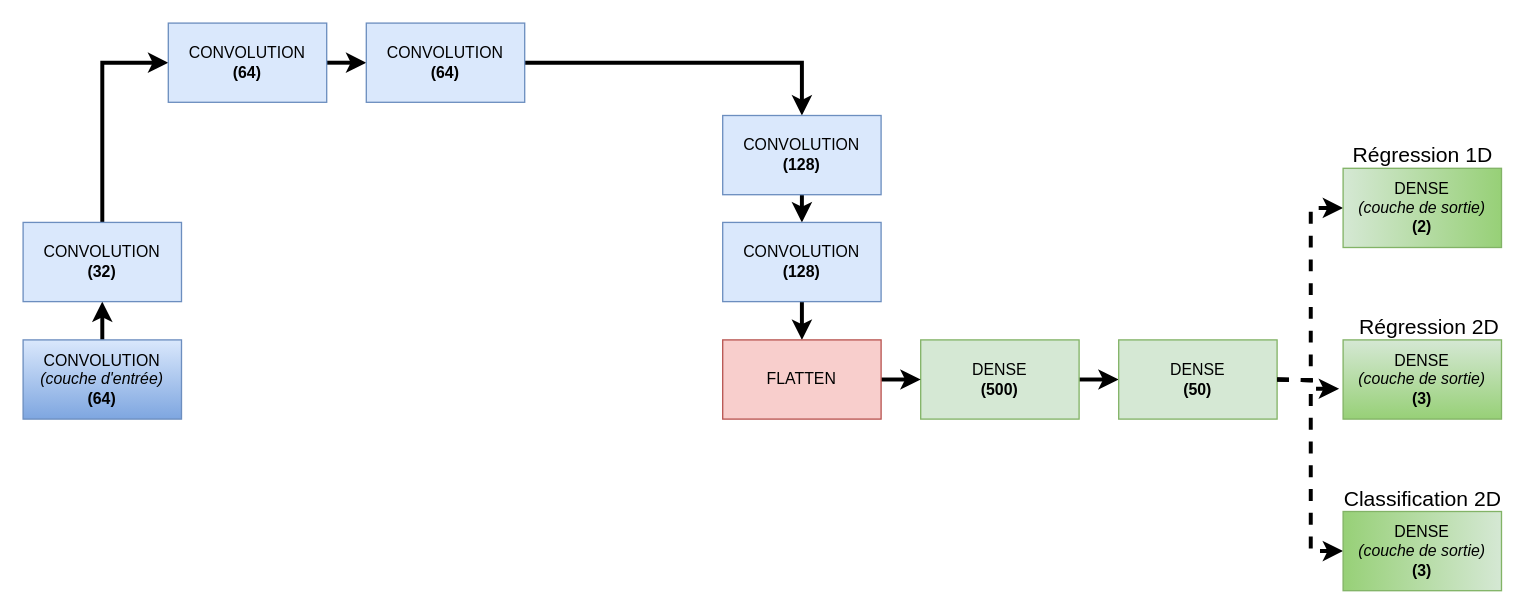
The draw.io diagram page "Page-2" (2 of 2) of doc/presentation/Figures/DRNNVert2.drawio in ddrous/projet-inverse-2d, before the edit. Source tidied: cells renumbered, new cells numbered last; positions are measured from the earlier drawing's top-left corner, leaving out a move shared by most shapes. Both pictures are drawn from the tidied source at 132%, with x=0, y=0 at pixel (22, 22).
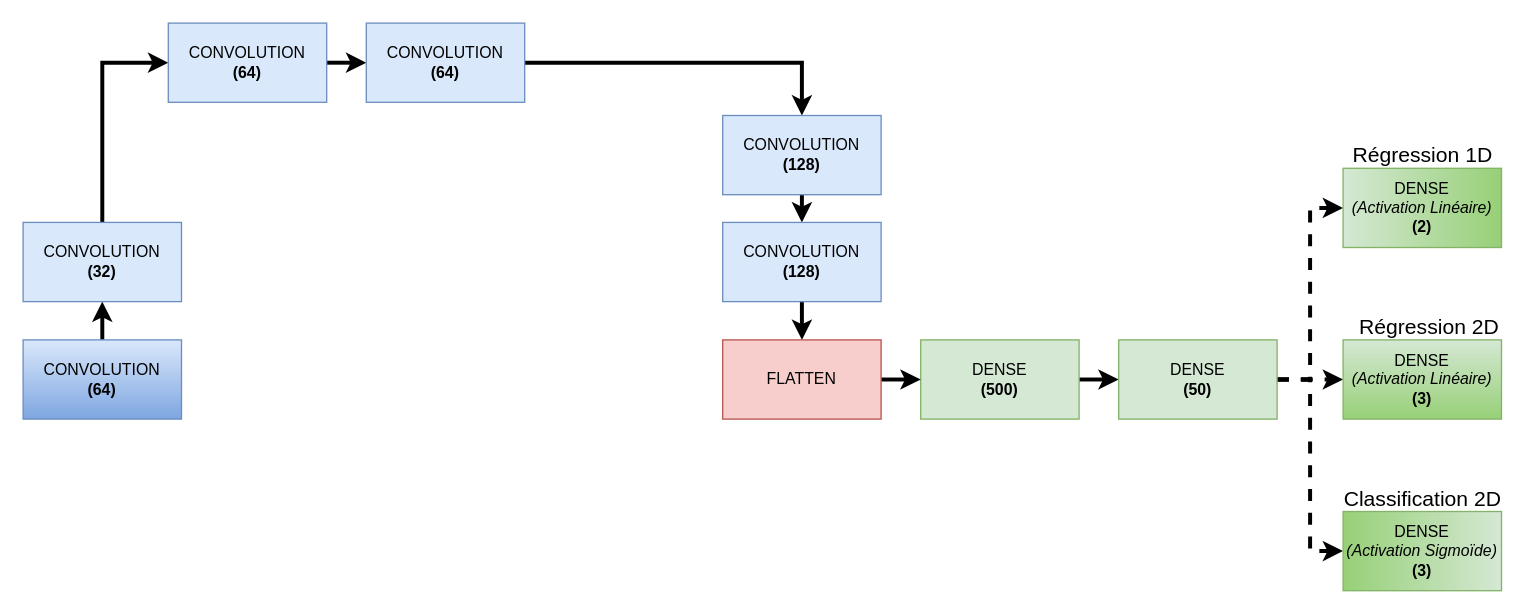
The same diagram, later.

The change refers to these unchanged cells:
```xml
<mxCell id="5" value="&lt;span style=&quot;font-family: &amp;#34;iwona&amp;#34;&quot;&gt;CONVOLUTION&lt;/span&gt;&lt;font face=&quot;Iwona&quot;&gt;&lt;br&gt;&lt;b&gt;(32)&lt;/b&gt;&lt;br&gt;&lt;/font&gt;" style="rounded=0;whiteSpace=wrap;html=1;rotation=0;fillColor=#dae8fc;strokeColor=#6c8ebf;" parent="1" vertex="1">
  <mxGeometry y="151" width="120" height="60" as="geometry" />
</mxCell>
<mxCell id="7" value="&lt;span style=&quot;font-family: &amp;#34;iwona&amp;#34;&quot;&gt;CONVOLUTION&lt;/span&gt;&lt;font face=&quot;Iwona&quot;&gt;&lt;br&gt;&lt;/font&gt;&lt;b style=&quot;font-family: &amp;#34;iwona&amp;#34;&quot;&gt;(64)&lt;/b&gt;&lt;font face=&quot;Iwona&quot;&gt;&lt;br&gt;&lt;/font&gt;" style="rounded=0;whiteSpace=wrap;html=1;rotation=0;fillColor=#dae8fc;strokeColor=#6c8ebf;" parent="1" vertex="1">
  <mxGeometry x="110" width="120" height="60" as="geometry" />
</mxCell>
<mxCell id="9" value="&lt;span style=&quot;font-family: &amp;#34;iwona&amp;#34;&quot;&gt;CONVOLUTION&lt;/span&gt;&lt;font face=&quot;Iwona&quot;&gt;&lt;br&gt;&lt;/font&gt;&lt;b style=&quot;font-family: &amp;#34;iwona&amp;#34;&quot;&gt;(64)&lt;/b&gt;&lt;font face=&quot;Iwona&quot;&gt;&lt;br&gt;&lt;/font&gt;" style="rounded=0;whiteSpace=wrap;html=1;rotation=0;fillColor=#dae8fc;strokeColor=#6c8ebf;" parent="1" vertex="1">
  <mxGeometry x="260" width="120" height="60" as="geometry" />
</mxCell>
<mxCell id="11" value="&lt;span style=&quot;font-family: &amp;#34;iwona&amp;#34;&quot;&gt;CONVOLUTION&lt;/span&gt;&lt;font face=&quot;Iwona&quot;&gt;&lt;br&gt;&lt;/font&gt;&lt;b style=&quot;font-family: &amp;#34;iwona&amp;#34;&quot;&gt;(128)&lt;/b&gt;&lt;font face=&quot;Iwona&quot;&gt;&lt;br&gt;&lt;/font&gt;" style="rounded=0;whiteSpace=wrap;html=1;rotation=0;fillColor=#dae8fc;strokeColor=#6c8ebf;" parent="1" vertex="1">
  <mxGeometry x="530" y="70" width="120" height="60" as="geometry" />
</mxCell>
<mxCell id="16" value="&lt;font face=&quot;Iwona&quot;&gt;DENSE&lt;br&gt;&lt;/font&gt;&lt;b style=&quot;font-family: &amp;#34;iwona&amp;#34;&quot;&gt;(50)&lt;/b&gt;&lt;font face=&quot;Iwona&quot;&gt;&lt;br&gt;&lt;/font&gt;" style="rounded=0;whiteSpace=wrap;html=1;rotation=0;fillColor=#d5e8d4;strokeColor=#82b366;" parent="1" vertex="1">
  <mxGeometry x="830" y="240" width="120" height="60" as="geometry" />
</mxCell>
```

What changed in the source:
```diff
@@
-    <mxCell id="2" style="edgeStyle=orthogonalEdgeStyle;rounded=0;jettySize=auto;html=1;exitX=0.5;exitY=0;exitDx=0;exitDy=0;entryX=0.5;entryY=1;entryDx=0;entryDy=0;strokeWidth=3;" parent="1" edge="1" source="3" target="5">
-      <mxGeometry relative="1" as="geometry" />
-    </mxCell>
-    <mxCell id="3" value="&lt;font face=&quot;Iwona&quot;&gt;CONVOLUTION&lt;br&gt;&lt;i&gt;(couche d'entrée)&lt;/i&gt;&lt;br&gt;&lt;b&gt;(64)&lt;/b&gt;&lt;br&gt;&lt;/font&gt;" style="rounded=0;whiteSpace=wrap;html=1;rotation=0;fillColor=#dae8fc;strokeColor=#6c8ebf;gradientColor=#7ea6e0;" parent="1" vertex="1">
-      <mxGeometry y="240" width="120" height="60" as="geometry" />
-    </mxCell>
+    <mxCell id="28" style="edgeStyle=orthogonalEdgeStyle;rounded=0;jettySize=auto;html=1;exitX=0.5;exitY=0;exitDx=0;exitDy=0;entryX=0.5;entryY=1;entryDx=0;entryDy=0;strokeWidth=3;" parent="1" edge="1" source="29" target="5">
+      <mxGeometry relative="1" as="geometry" />
+    </mxCell>
+    <mxCell id="29" value="&lt;font face=&quot;Iwona&quot;&gt;CONVOLUTION&lt;br&gt;&lt;b&gt;(64)&lt;/b&gt;&lt;br&gt;&lt;/font&gt;" style="rounded=0;whiteSpace=wrap;html=1;rotation=0;fillColor=#dae8fc;strokeColor=#6c8ebf;gradientColor=#7ea6e0;" parent="1" vertex="1">
+      <mxGeometry y="240" width="120" height="60" as="geometry" />
+    </mxCell>
-    <mxCell id="4" style="edgeStyle=orthogonalEdgeStyle;rounded=0;jettySize=auto;html=1;exitX=0.5;exitY=0;exitDx=0;exitDy=0;entryX=0;entryY=0.5;entryDx=0;entryDy=0;strokeWidth=3;" parent="1" edge="1" source="5" target="7">
+    <mxCell id="4" style="edgeStyle=orthogonalEdgeStyle;rounded=0;jettySize=auto;html=1;exitX=0.5;exitY=0;exitDx=0;exitDy=0;strokeWidth=3;entryX=0;entryY=0.5;entryDx=0;entryDy=0;" parent="1" edge="1" source="5" target="7">
       <mxGeometry relative="1" as="geometry" />
     </mxCell>
@@
-    <mxCell id="8" style="edgeStyle=orthogonalEdgeStyle;rounded=0;jettySize=auto;html=1;exitX=1;exitY=0.5;exitDx=0;exitDy=0;entryX=0.5;entryY=0;entryDx=0;entryDy=0;strokeWidth=3;" parent="1" edge="1" source="9" target="11">
+    <mxCell id="8" style="edgeStyle=orthogonalEdgeStyle;rounded=0;jettySize=auto;html=1;exitX=1;exitY=0.5;exitDx=0;exitDy=0;strokeWidth=3;entryX=0.5;entryY=0;entryDx=0;entryDy=0;" parent="1" edge="1" source="9" target="11">
       <mxGeometry relative="1" as="geometry" />
     </mxCell>
@@
+    <mxCell id="30" style="edgeStyle=orthogonalEdgeStyle;rounded=0;jettySize=auto;html=1;exitX=1;exitY=0.5;exitDx=0;exitDy=0;entryX=0;entryY=0.5;entryDx=0;entryDy=0;strokeWidth=3;dashed=1;" parent="1" edge="1" source="16" target="33">
+      <mxGeometry relative="1" as="geometry" />
+    </mxCell>
+    <mxCell id="31" style="edgeStyle=orthogonalEdgeStyle;rounded=0;jettySize=auto;html=1;exitX=1;exitY=0.5;exitDx=0;exitDy=0;entryX=0;entryY=0.5;entryDx=0;entryDy=0;dashed=1;strokeWidth=3;" parent="1" edge="1" source="16" target="34">
+      <mxGeometry relative="1" as="geometry" />
+    </mxCell>
+    <mxCell id="32" style="edgeStyle=orthogonalEdgeStyle;rounded=0;jettySize=auto;html=1;exitX=1;exitY=0.5;exitDx=0;exitDy=0;entryX=0;entryY=0.5;entryDx=0;entryDy=0;dashed=1;strokeWidth=3;" parent="1" edge="1" source="16" target="35">
+      <mxGeometry relative="1" as="geometry" />
+    </mxCell>
@@
-    <mxCell id="19" style="edgeStyle=orthogonalEdgeStyle;rounded=0;jettySize=auto;html=1;exitX=1;exitY=0.5;exitDx=0;exitDy=0;entryX=0;entryY=0.5;entryDx=0;entryDy=0;strokeWidth=3;dashed=1;" parent="1" edge="1" target="22">
-      <mxGeometry relative="1" as="geometry">
-        <mxPoint x="950" y="270" as="sourcePoint" />
-      </mxGeometry>
-    </mxCell>
-    <mxCell id="20" style="edgeStyle=orthogonalEdgeStyle;rounded=0;jettySize=auto;html=1;exitX=1;exitY=0.5;exitDx=0;exitDy=0;entryX=-0.025;entryY=0.617;entryDx=0;entryDy=0;entryPerimeter=0;dashed=1;strokeWidth=3;" parent="1" edge="1" target="23">
-      <mxGeometry relative="1" as="geometry">
-        <mxPoint x="950" y="270" as="sourcePoint" />
-      </mxGeometry>
-    </mxCell>
-    <mxCell id="21" style="edgeStyle=orthogonalEdgeStyle;rounded=0;jettySize=auto;html=1;exitX=1;exitY=0.5;exitDx=0;exitDy=0;entryX=0;entryY=0.5;entryDx=0;entryDy=0;dashed=1;strokeWidth=3;" parent="1" edge="1" target="24">
-      <mxGeometry relative="1" as="geometry">
-        <mxPoint x="950" y="270" as="sourcePoint" />
-      </mxGeometry>
-    </mxCell>
-    <mxCell id="22" value="&lt;font face=&quot;Iwona&quot;&gt;DENSE&lt;br&gt;&lt;i&gt;(couche de sortie)&lt;br&gt;&lt;/i&gt;&lt;/font&gt;&lt;b style=&quot;font-family: &amp;#34;iwona&amp;#34;&quot;&gt;(2)&lt;/b&gt;&lt;font face=&quot;Iwona&quot;&gt;&lt;i&gt;&lt;br&gt;&lt;/i&gt;&lt;/font&gt;" style="rounded=0;whiteSpace=wrap;html=1;rotation=0;fillColor=#d5e8d4;strokeColor=#82b366;gradientColor=#97d077;gradientDirection=east;" parent="1" vertex="1">
-      <mxGeometry x="1000" y="110" width="120" height="60" as="geometry" />
-    </mxCell>
-    <mxCell id="23" value="&lt;font face=&quot;Iwona&quot;&gt;DENSE&lt;br&gt;&lt;i&gt;(couche de sortie)&lt;br&gt;&lt;/i&gt;&lt;/font&gt;&lt;b style=&quot;font-family: &amp;#34;iwona&amp;#34;&quot;&gt;(3)&lt;/b&gt;&lt;font face=&quot;Iwona&quot;&gt;&lt;i&gt;&lt;br&gt;&lt;/i&gt;&lt;/font&gt;" style="rounded=0;whiteSpace=wrap;html=1;rotation=0;fillColor=#d5e8d4;strokeColor=#82b366;gradientColor=#97d077;" parent="1" vertex="1">
-      <mxGeometry x="1000" y="240" width="120" height="60" as="geometry" />
-    </mxCell>
-    <mxCell id="24" value="&lt;font face=&quot;Iwona&quot;&gt;DENSE&lt;br&gt;&lt;i&gt;(couche de sortie)&lt;br&gt;&lt;/i&gt;&lt;/font&gt;&lt;b style=&quot;font-family: &amp;#34;iwona&amp;#34;&quot;&gt;(3)&lt;/b&gt;&lt;font face=&quot;Iwona&quot;&gt;&lt;i&gt;&lt;br&gt;&lt;/i&gt;&lt;/font&gt;" style="rounded=0;whiteSpace=wrap;html=1;rotation=0;fillColor=#d5e8d4;strokeColor=#82b366;gradientColor=#97d077;gradientDirection=west;" parent="1" vertex="1">
-      <mxGeometry x="1000" y="370" width="120" height="60" as="geometry" />
-    </mxCell>
+    <mxCell id="33" value="&lt;font face=&quot;Iwona&quot;&gt;DENSE&lt;br&gt;&lt;i&gt;(Activation Linéaire)&lt;br&gt;&lt;/i&gt;&lt;/font&gt;&lt;b style=&quot;font-family: &amp;#34;iwona&amp;#34;&quot;&gt;(2)&lt;/b&gt;&lt;font face=&quot;Iwona&quot;&gt;&lt;i&gt;&lt;br&gt;&lt;/i&gt;&lt;/font&gt;" style="rounded=0;whiteSpace=wrap;html=1;rotation=0;fillColor=#d5e8d4;strokeColor=#82b366;gradientColor=#97d077;gradientDirection=east;" parent="1" vertex="1">
+      <mxGeometry x="1000" y="110" width="120" height="60" as="geometry" />
+    </mxCell>
+    <mxCell id="34" value="&lt;font face=&quot;Iwona&quot;&gt;DENSE&lt;br&gt;&lt;/font&gt;&lt;i style=&quot;font-family: &amp;#34;iwona&amp;#34;&quot;&gt;(&lt;/i&gt;&lt;i style=&quot;font-family: &amp;#34;iwona&amp;#34;&quot;&gt;Activation Linéaire&lt;/i&gt;&lt;i style=&quot;font-family: &amp;#34;iwona&amp;#34;&quot;&gt;)&lt;/i&gt;&lt;font face=&quot;Iwona&quot;&gt;&lt;i&gt;&lt;br&gt;&lt;/i&gt;&lt;/font&gt;&lt;b style=&quot;font-family: &amp;#34;iwona&amp;#34;&quot;&gt;(3)&lt;/b&gt;&lt;font face=&quot;Iwona&quot;&gt;&lt;i&gt;&lt;br&gt;&lt;/i&gt;&lt;/font&gt;" style="rounded=0;whiteSpace=wrap;html=1;rotation=0;fillColor=#d5e8d4;strokeColor=#82b366;gradientColor=#97d077;" parent="1" vertex="1">
+      <mxGeometry x="1000" y="240" width="120" height="60" as="geometry" />
+    </mxCell>
+    <mxCell id="35" value="&lt;font face=&quot;Iwona&quot;&gt;DENSE&lt;br&gt;&lt;/font&gt;&lt;i style=&quot;font-family: &amp;#34;iwona&amp;#34;&quot;&gt;(Activation Sigmoïde)&lt;/i&gt;&lt;font face=&quot;Iwona&quot;&gt;&lt;i&gt;&lt;br&gt;&lt;/i&gt;&lt;/font&gt;&lt;b style=&quot;font-family: &amp;#34;iwona&amp;#34;&quot;&gt;(3)&lt;/b&gt;&lt;font face=&quot;Iwona&quot;&gt;&lt;i&gt;&lt;br&gt;&lt;/i&gt;&lt;/font&gt;" style="rounded=0;whiteSpace=wrap;html=1;rotation=0;fillColor=#d5e8d4;strokeColor=#82b366;gradientColor=#97d077;gradientDirection=west;" parent="1" vertex="1">
+      <mxGeometry x="1000" y="370" width="120" height="60" as="geometry" />
+    </mxCell>
```
